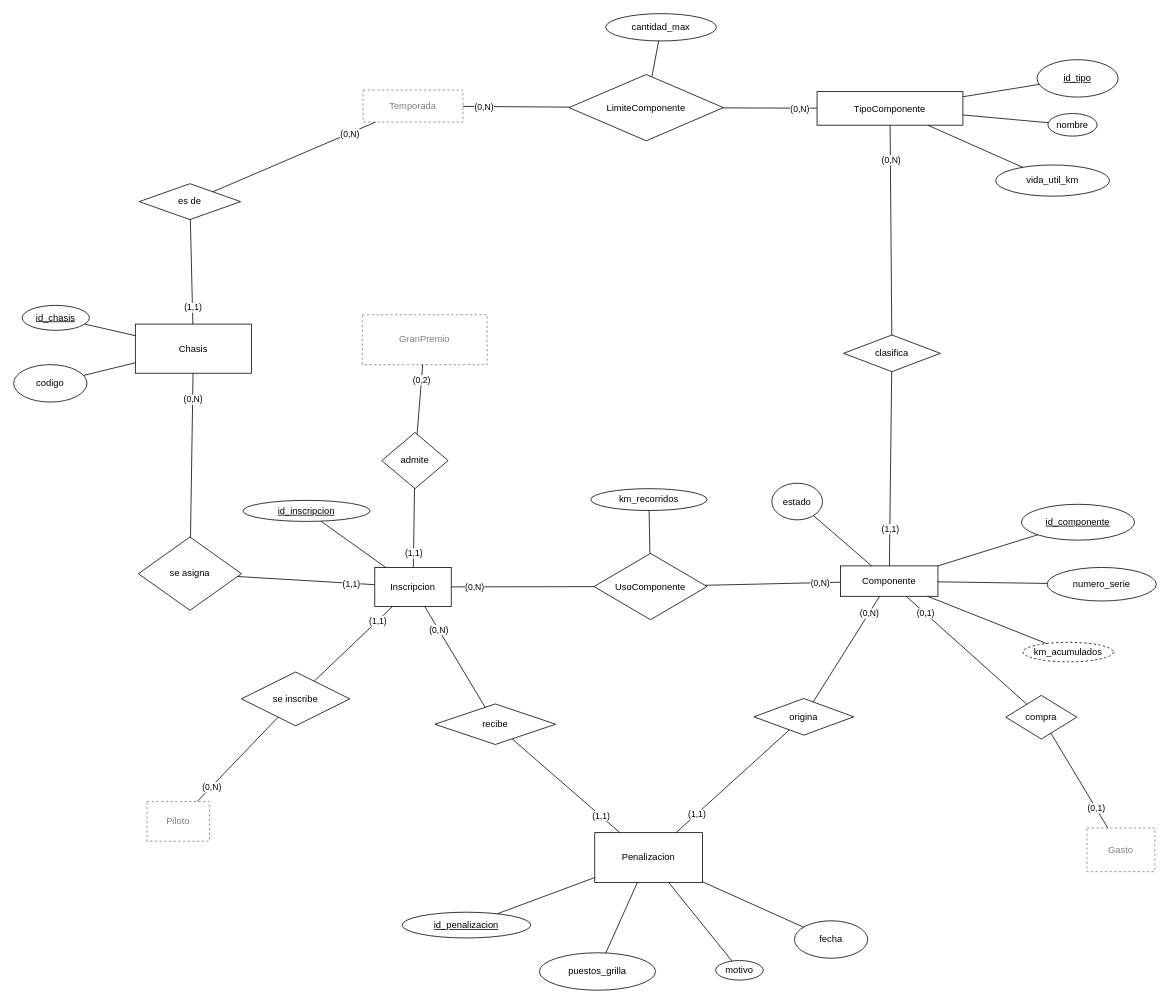
Earlier version of the draw.io diagram page "Técnica" (4 of 5) of doc/der/der.drawio (jpsam4/Formula-1-IngDatos). Source tidied: cells renumbered, new cells numbered last; positions are measured from the earlier drawing's top-left corner, leaving out a move shared by most shapes. Both pictures are drawn from the tidied source at 78%, with x=0, y=0 at pixel (13, 13).
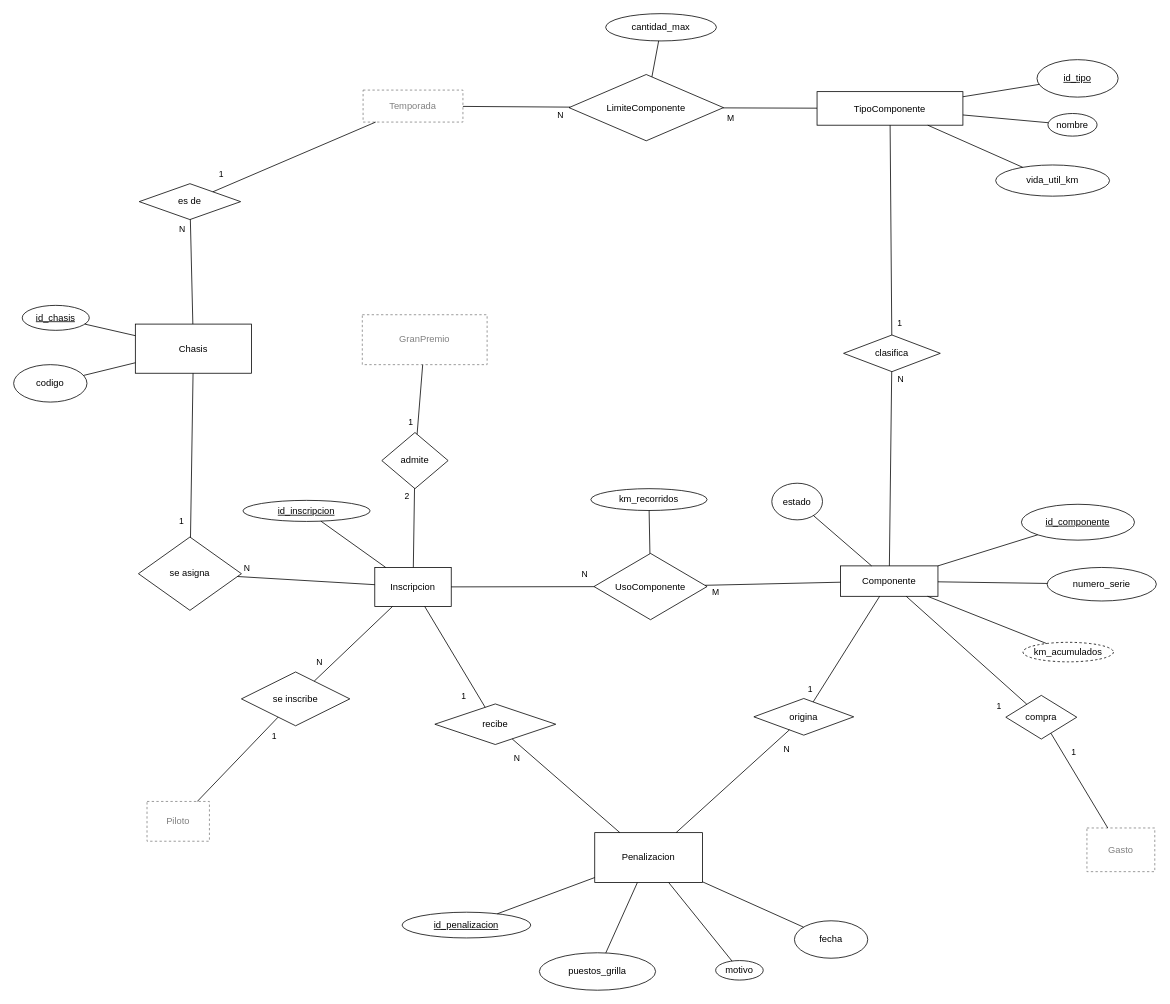
Above is the later version.

Unchanged cells that the change refers to:
```xml
<mxCell id="9" style="endArrow=none;html=1;rounded=0;" parent="1" edge="1" source="8" target="2">
  <mxGeometry relative="1" as="geometry" />
</mxCell>
<mxCell id="11" style="endArrow=none;html=1;rounded=0;" parent="1" edge="1" source="8" target="3">
  <mxGeometry relative="1" as="geometry" />
</mxCell>
<mxCell id="17" style="endArrow=none;html=1;rounded=0;" parent="1" edge="1" source="16" target="3">
  <mxGeometry relative="1" as="geometry" />
</mxCell>
<mxCell id="19" style="endArrow=none;html=1;rounded=0;" parent="1" edge="1" source="16" target="13">
  <mxGeometry relative="1" as="geometry" />
</mxCell>
<mxCell id="23" style="endArrow=none;html=1;rounded=0;" parent="1" edge="1" source="22" target="21">
  <mxGeometry relative="1" as="geometry" />
</mxCell>
<mxCell id="25" style="endArrow=none;html=1;rounded=0;" parent="1" edge="1" source="22" target="13">
  <mxGeometry relative="1" as="geometry" />
</mxCell>
<mxCell id="29" style="endArrow=none;html=1;rounded=0;" parent="1" edge="1" source="28" target="27">
  <mxGeometry relative="1" as="geometry" />
</mxCell>
<mxCell id="31" style="endArrow=none;html=1;rounded=0;" parent="1" edge="1" source="28" target="13">
  <mxGeometry relative="1" as="geometry" />
</mxCell>
<mxCell id="41" style="endArrow=none;html=1;rounded=0;" parent="1" edge="1" source="40" target="2">
  <mxGeometry relative="1" as="geometry" />
</mxCell>
<mxCell id="43" style="endArrow=none;html=1;rounded=0;" parent="1" edge="1" source="40" target="33">
  <mxGeometry relative="1" as="geometry" />
</mxCell>
<mxCell id="57" style="endArrow=none;html=1;rounded=0;" parent="1" edge="1" source="56" target="33">
  <mxGeometry relative="1" as="geometry" />
</mxCell>
<mxCell id="59" style="endArrow=none;html=1;rounded=0;" parent="1" edge="1" source="56" target="47">
  <mxGeometry relative="1" as="geometry" />
</mxCell>
<mxCell id="62" style="endArrow=none;html=1;rounded=0;" parent="1" edge="1" source="61" target="13">
  <mxGeometry relative="1" as="geometry" />
</mxCell>
<mxCell id="64" style="endArrow=none;html=1;rounded=0;" parent="1" edge="1" source="61" target="47">
  <mxGeometry relative="1" as="geometry" />
</mxCell>
<mxCell id="78" style="endArrow=none;html=1;rounded=0;" parent="1" edge="1" source="77" target="13">
  <mxGeometry relative="1" as="geometry" />
</mxCell>
<mxCell id="80" style="endArrow=none;html=1;rounded=0;" parent="1" edge="1" source="77" target="68">
  <mxGeometry relative="1" as="geometry" />
</mxCell>
<mxCell id="83" style="endArrow=none;html=1;rounded=0;" parent="1" edge="1" source="82" target="47">
  <mxGeometry relative="1" as="geometry" />
</mxCell>
<mxCell id="85" style="endArrow=none;html=1;rounded=0;" parent="1" edge="1" source="82" target="68">
  <mxGeometry relative="1" as="geometry" />
</mxCell>
<mxCell id="89" style="endArrow=none;html=1;rounded=0;" parent="1" edge="1" source="88" target="47">
  <mxGeometry relative="1" as="geometry" />
</mxCell>
<mxCell id="91" style="endArrow=none;html=1;rounded=0;" parent="1" edge="1" source="88" target="87">
  <mxGeometry relative="1" as="geometry" />
</mxCell>
```

Change to the diagram source:
```diff
@@
-    <mxCell id="10" value="(0,N)" style="edgeLabel;html=1;align=center;verticalAlign=middle;labelBackgroundColor=#ffffff;" parent="9" vertex="1">
-      <mxGeometry x="0.67" relative="1" as="geometry" />
+    <mxCell id="10" value="1" style="text;html=1;align=center;verticalAlign=middle;fontSize=11;" parent="1" vertex="1">
+      <mxGeometry x="258" y="198" width="16" height="16" as="geometry" />
     </mxCell>
@@
-    <mxCell id="12" value="(1,1)" style="edgeLabel;html=1;align=center;verticalAlign=middle;labelBackgroundColor=#ffffff;" parent="11" vertex="1">
-      <mxGeometry x="0.68" relative="1" as="geometry" />
+    <mxCell id="12" value="N" style="text;html=1;align=center;verticalAlign=middle;fontSize=11;" parent="1" vertex="1">
+      <mxGeometry x="208" y="268" width="16" height="16" as="geometry" />
     </mxCell>
@@
-    <mxCell id="18" value="(0,N)" style="edgeLabel;html=1;align=center;verticalAlign=middle;labelBackgroundColor=#ffffff;" parent="17" vertex="1">
-      <mxGeometry x="0.68" relative="1" as="geometry" />
+    <mxCell id="18" value="1" style="text;html=1;align=center;verticalAlign=middle;fontSize=11;" parent="1" vertex="1">
+      <mxGeometry x="207" y="643" width="16" height="16" as="geometry" />
     </mxCell>
@@
-    <mxCell id="20" value="(1,1)" style="edgeLabel;html=1;align=center;verticalAlign=middle;labelBackgroundColor=#ffffff;" parent="19" vertex="1">
-      <mxGeometry x="0.66" relative="1" as="geometry" />
+    <mxCell id="20" value="N" style="text;html=1;align=center;verticalAlign=middle;fontSize=11;" parent="1" vertex="1">
+      <mxGeometry x="291" y="703" width="16" height="16" as="geometry" />
     </mxCell>
@@
-    <mxCell id="24" value="(0,2)" style="edgeLabel;html=1;align=center;verticalAlign=middle;labelBackgroundColor=#ffffff;" parent="23" vertex="1">
-      <mxGeometry x="0.56" relative="1" as="geometry" />
+    <mxCell id="24" value="1" style="text;html=1;align=center;verticalAlign=middle;fontSize=11;" parent="1" vertex="1">
+      <mxGeometry x="501" y="516" width="16" height="16" as="geometry" />
     </mxCell>
@@
-    <mxCell id="26" value="(1,1)" style="edgeLabel;html=1;align=center;verticalAlign=middle;labelBackgroundColor=#ffffff;" parent="25" vertex="1">
-      <mxGeometry x="0.64" relative="1" as="geometry" />
+    <mxCell id="26" value="2" style="text;html=1;align=center;verticalAlign=middle;fontSize=11;" parent="1" vertex="1">
+      <mxGeometry x="496" y="611" width="16" height="16" as="geometry" />
     </mxCell>
@@
-    <mxCell id="30" value="(0,N)" style="edgeLabel;html=1;align=center;verticalAlign=middle;labelBackgroundColor=#ffffff;" parent="29" vertex="1">
-      <mxGeometry x="0.65" relative="1" as="geometry" />
+    <mxCell id="30" value="1" style="text;html=1;align=center;verticalAlign=middle;fontSize=11;" parent="1" vertex="1">
+      <mxGeometry x="326" y="918" width="16" height="16" as="geometry" />
     </mxCell>
@@
-    <mxCell id="32" value="(1,1)" style="edgeLabel;html=1;align=center;verticalAlign=middle;labelBackgroundColor=#ffffff;" parent="31" vertex="1">
-      <mxGeometry x="0.62" relative="1" as="geometry" />
+    <mxCell id="32" value="N" style="text;html=1;align=center;verticalAlign=middle;fontSize=11;" parent="1" vertex="1">
+      <mxGeometry x="384" y="824" width="16" height="16" as="geometry" />
     </mxCell>
@@
-    <mxCell id="42" value="(0,N)" style="edgeLabel;html=1;align=center;verticalAlign=middle;labelBackgroundColor=#ffffff;" parent="41" vertex="1">
-      <mxGeometry x="0.62" relative="1" as="geometry" />
+    <mxCell id="42" value="N" style="text;html=1;align=center;verticalAlign=middle;fontSize=11;" parent="1" vertex="1">
+      <mxGeometry x="693" y="122" width="16" height="16" as="geometry" />
     </mxCell>
@@
-    <mxCell id="44" value="(0,N)" style="edgeLabel;html=1;align=center;verticalAlign=middle;labelBackgroundColor=#ffffff;" parent="43" vertex="1">
-      <mxGeometry x="0.63" relative="1" as="geometry" />
+    <mxCell id="44" value="M" style="text;html=1;align=center;verticalAlign=middle;fontSize=11;" parent="1" vertex="1">
+      <mxGeometry x="911" y="126" width="16" height="16" as="geometry" />
     </mxCell>
@@
-    <mxCell id="58" value="(0,N)" style="edgeLabel;html=1;align=center;verticalAlign=middle;labelBackgroundColor=#ffffff;" parent="57" vertex="1">
-      <mxGeometry x="0.67" relative="1" as="geometry" />
+    <mxCell id="58" value="1" style="text;html=1;align=center;verticalAlign=middle;fontSize=11;" parent="1" vertex="1">
+      <mxGeometry x="1128" y="389" width="16" height="16" as="geometry" />
     </mxCell>
@@
-    <mxCell id="60" value="(1,1)" style="edgeLabel;html=1;align=center;verticalAlign=middle;labelBackgroundColor=#ffffff;" parent="59" vertex="1">
-      <mxGeometry x="0.62" relative="1" as="geometry" />
+    <mxCell id="60" value="N" style="text;html=1;align=center;verticalAlign=middle;fontSize=11;" parent="1" vertex="1">
+      <mxGeometry x="1129" y="461" width="16" height="16" as="geometry" />
     </mxCell>
@@
-    <mxCell id="63" value="(0,N)" style="edgeLabel;html=1;align=center;verticalAlign=middle;labelBackgroundColor=#ffffff;" parent="62" vertex="1">
-      <mxGeometry x="0.68" relative="1" as="geometry" />
+    <mxCell id="63" value="N" style="text;html=1;align=center;verticalAlign=middle;fontSize=11;" parent="1" vertex="1">
+      <mxGeometry x="724" y="711" width="16" height="16" as="geometry" />
     </mxCell>
@@
-    <mxCell id="65" value="(0,N)" style="edgeLabel;html=1;align=center;verticalAlign=middle;labelBackgroundColor=#ffffff;" parent="64" vertex="1">
-      <mxGeometry x="0.69" relative="1" as="geometry" />
+    <mxCell id="65" value="M" style="text;html=1;align=center;verticalAlign=middle;fontSize=11;" parent="1" vertex="1">
+      <mxGeometry x="892" y="734" width="16" height="16" as="geometry" />
     </mxCell>
@@
-    <mxCell id="79" value="(0,N)" style="edgeLabel;html=1;align=center;verticalAlign=middle;labelBackgroundColor=#ffffff;" parent="78" vertex="1">
-      <mxGeometry x="0.55" relative="1" as="geometry" />
+    <mxCell id="79" value="1" style="text;html=1;align=center;verticalAlign=middle;fontSize=11;" parent="1" vertex="1">
+      <mxGeometry x="569" y="867" width="16" height="16" as="geometry" />
     </mxCell>
@@
-    <mxCell id="81" value="(1,1)" style="edgeLabel;html=1;align=center;verticalAlign=middle;labelBackgroundColor=#ffffff;" parent="80" vertex="1">
-      <mxGeometry x="0.65" relative="1" as="geometry" />
+    <mxCell id="81" value="N" style="text;html=1;align=center;verticalAlign=middle;fontSize=11;" parent="1" vertex="1">
+      <mxGeometry x="637" y="947" width="16" height="16" as="geometry" />
     </mxCell>
@@
-    <mxCell id="84" value="(0,N)" style="edgeLabel;html=1;align=center;verticalAlign=middle;labelBackgroundColor=#ffffff;" parent="83" vertex="1">
-      <mxGeometry x="0.69" relative="1" as="geometry" />
+    <mxCell id="84" value="1" style="text;html=1;align=center;verticalAlign=middle;fontSize=11;" parent="1" vertex="1">
+      <mxGeometry x="1013" y="858" width="16" height="16" as="geometry" />
     </mxCell>
@@
-    <mxCell id="86" value="(1,1)" style="edgeLabel;html=1;align=center;verticalAlign=middle;labelBackgroundColor=#ffffff;" parent="85" vertex="1">
-      <mxGeometry x="0.64" relative="1" as="geometry" />
+    <mxCell id="86" value="N" style="text;html=1;align=center;verticalAlign=middle;fontSize=11;" parent="1" vertex="1">
+      <mxGeometry x="983" y="935" width="16" height="16" as="geometry" />
     </mxCell>
@@
-    <mxCell id="90" value="(0,1)" style="edgeLabel;html=1;align=center;verticalAlign=middle;labelBackgroundColor=#ffffff;" parent="89" vertex="1">
-      <mxGeometry x="0.69" relative="1" as="geometry" />
+    <mxCell id="90" value="1" style="text;html=1;align=center;verticalAlign=middle;fontSize=11;" parent="1" vertex="1">
+      <mxGeometry x="1255" y="880" width="16" height="16" as="geometry" />
     </mxCell>
@@
-    <mxCell id="92" value="(0,1)" style="edgeLabel;html=1;align=center;verticalAlign=middle;labelBackgroundColor=#ffffff;" parent="91" vertex="1">
-      <mxGeometry x="0.58" relative="1" as="geometry" />
+    <mxCell id="92" value="1" style="text;html=1;align=center;verticalAlign=middle;fontSize=11;" parent="1" vertex="1">
+      <mxGeometry x="1351" y="939" width="16" height="16" as="geometry" />
     </mxCell>
```
